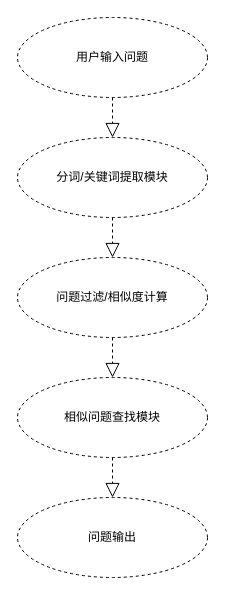
superluckily/md_picture keeps this draw.io diagram as page "第 2 页" (2 of 2) of 流程图.drawio. Above is the earlier version. Source tidied: cells renumbered, new cells numbered last; positions are measured from the earlier drawing's top-left corner, leaving out a move shared by most shapes. Both pictures are drawn from the tidied source at 100%, with x=0, y=0 at pixel (17, 17).
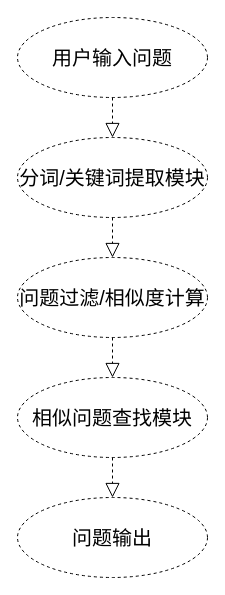
The same diagram, later.

Commit message:
更新流程图.drawio

The edit, as a diff of the source:
```diff
@@
 <mxGraphModel>
   <root>
     <mxCell id="0" />
     <mxCell id="1" parent="0" />
-    <mxCell id="2" value="用户输入问题" style="ellipse;whiteSpace=wrap;html=1;align=center;dashed=1;" parent="1" vertex="1">
+    <mxCell id="2" value="&lt;font style=&quot;font-size: 20px;&quot;&gt;用户输入问题&lt;/font&gt;" style="ellipse;whiteSpace=wrap;html=1;align=center;dashed=1;" parent="1" vertex="1">
       <mxGeometry width="190" height="80" as="geometry" />
     </mxCell>
-    <mxCell id="3" value="分词/关键词提取模块" style="ellipse;whiteSpace=wrap;html=1;align=center;dashed=1;" parent="1" vertex="1">
+    <mxCell id="3" value="&lt;font style=&quot;font-size: 20px;&quot;&gt;分词/关键词提取模块&lt;/font&gt;" style="ellipse;whiteSpace=wrap;html=1;align=center;dashed=1;" parent="1" vertex="1">
       <mxGeometry y="120" width="190" height="80" as="geometry" />
     </mxCell>
-    <mxCell id="4" value="问题过滤/相似度计算" style="ellipse;whiteSpace=wrap;html=1;align=center;dashed=1;" parent="1" vertex="1">
+    <mxCell id="4" value="&lt;font style=&quot;font-size: 20px;&quot;&gt;问题过滤/相似度计算&lt;/font&gt;" style="ellipse;whiteSpace=wrap;html=1;align=center;dashed=1;" parent="1" vertex="1">
       <mxGeometry y="240" width="190" height="80" as="geometry" />
     </mxCell>
-    <mxCell id="5" value="相似问题查找模块" style="ellipse;whiteSpace=wrap;html=1;align=center;dashed=1;" parent="1" vertex="1">
+    <mxCell id="5" value="&lt;font style=&quot;font-size: 20px;&quot;&gt;相似问题查找模块&lt;/font&gt;" style="ellipse;whiteSpace=wrap;html=1;align=center;dashed=1;" parent="1" vertex="1">
       <mxGeometry y="360" width="190" height="80" as="geometry" />
     </mxCell>
-    <mxCell id="6" value="问题输出" style="ellipse;whiteSpace=wrap;html=1;align=center;dashed=1;" parent="1" vertex="1">
+    <mxCell id="6" value="&lt;font style=&quot;font-size: 20px;&quot;&gt;问题输出&lt;/font&gt;" style="ellipse;whiteSpace=wrap;html=1;align=center;dashed=1;" parent="1" vertex="1">
       <mxGeometry y="480" width="190" height="80" as="geometry" />
     </mxCell>
     <mxCell id="7" style="endArrow=block;dashed=1;endFill=0;endSize=12;html=1;rounded=0;exitX=0.5;exitY=1;exitDx=0;exitDy=0;" parent="1" edge="1" source="2" target="3">
       <mxGeometry relative="1" as="geometry" />
     </mxCell>
     <mxCell id="8" style="endArrow=block;dashed=1;endFill=0;endSize=12;html=1;rounded=0;exitX=0.5;exitY=1;exitDx=0;exitDy=0;" parent="1" edge="1" source="3" target="4">
       <mxGeometry relative="1" as="geometry" />
     </mxCell>
     <mxCell id="9" style="endArrow=block;dashed=1;endFill=0;endSize=12;html=1;rounded=0;exitX=0.5;exitY=1;exitDx=0;exitDy=0;entryX=0.5;entryY=0;entryDx=0;entryDy=0;" parent="1" edge="1" source="4" target="5">
       <mxGeometry relative="1" as="geometry" />
     </mxCell>
     <mxCell id="10" style="endArrow=block;dashed=1;endFill=0;endSize=12;html=1;rounded=0;exitX=0.5;exitY=1;exitDx=0;exitDy=0;entryX=0.5;entryY=0;entryDx=0;entryDy=0;" parent="1" edge="1" source="5" target="6">
       <mxGeometry relative="1" as="geometry" />
     </mxCell>
   </root>
 </mxGraphModel>
```
